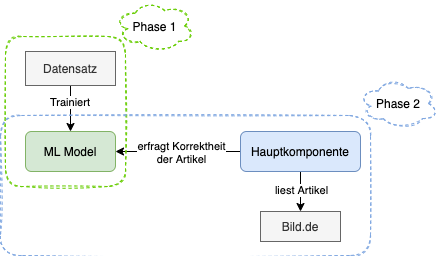
Above: Exposé/Phasenbeschreibung.png in krisschaaf/Bachelorarbeit_Erkennung-von-Fake-News-auf-Nachrichtenportalen (draw.io), before the change. Source tidied: cells renumbered, new cells last; positions are measured from the earlier drawing's top-left corner, leaving out a move shared by most shapes. Source of this version:
```xml
<mxGraphModel>
  <root>
    <mxCell id="0" />
    <mxCell id="1" parent="0" />
    <mxCell id="2" value="ML Model" style="rounded=1;whiteSpace=wrap;html=1;fillColor=#d5e8d4;strokeColor=#82b366;" parent="1" vertex="1">
      <mxGeometry x="35" y="131" width="90" height="40" as="geometry" />
    </mxCell>
    <mxCell id="3" value="Bild.de" style="rounded=0;whiteSpace=wrap;html=1;fillColor=#f5f5f5;fontColor=#333333;strokeColor=#666666;" parent="1" vertex="1">
      <mxGeometry x="270" y="211" width="80" height="30" as="geometry" />
    </mxCell>
    <mxCell id="4" style="edgeStyle=orthogonalEdgeStyle;rounded=0;jettySize=auto;html=1;exitX=0.5;exitY=1;exitDx=0;exitDy=0;entryX=0.5;entryY=0;entryDx=0;entryDy=0;" parent="1" edge="1" source="6" target="2">
      <mxGeometry relative="1" as="geometry" />
    </mxCell>
    <mxCell id="5" value="Trainiert&amp;nbsp;" style="edgeLabel;html=1;align=center;verticalAlign=middle;" parent="4" vertex="1">
      <mxGeometry x="-0.18" y="2" relative="1" as="geometry">
        <mxPoint x="-2" y="-3" as="offset" />
      </mxGeometry>
    </mxCell>
    <mxCell id="6" value="Datensatz" style="rounded=0;whiteSpace=wrap;html=1;fillColor=#f5f5f5;fontColor=#333333;strokeColor=#666666;" parent="1" vertex="1">
      <mxGeometry x="35" y="51" width="90" height="34" as="geometry" />
    </mxCell>
    <mxCell id="7" style="edgeStyle=orthogonalEdgeStyle;rounded=0;jettySize=auto;html=1;exitX=0;exitY=0.5;exitDx=0;exitDy=0;entryX=1;entryY=0.5;entryDx=0;entryDy=0;" parent="1" edge="1" source="11" target="2">
      <mxGeometry relative="1" as="geometry" />
    </mxCell>
    <mxCell id="8" value="erfragt Korrektheit&lt;br&gt;der Artikel" style="edgeLabel;html=1;align=center;verticalAlign=middle;" parent="7" vertex="1">
      <mxGeometry x="0.06" y="-1" relative="1" as="geometry">
        <mxPoint x="6" y="1" as="offset" />
      </mxGeometry>
    </mxCell>
    <mxCell id="9" style="edgeStyle=orthogonalEdgeStyle;rounded=0;jettySize=auto;html=1;exitX=0.5;exitY=1;exitDx=0;exitDy=0;entryX=0.5;entryY=0;entryDx=0;entryDy=0;" parent="1" edge="1" source="11" target="3">
      <mxGeometry relative="1" as="geometry" />
    </mxCell>
    <mxCell id="10" value="liest Artikel" style="edgeLabel;html=1;align=center;verticalAlign=middle;" parent="9" vertex="1">
      <mxGeometry x="-0.09" relative="1" as="geometry" />
    </mxCell>
    <mxCell id="11" value="Hauptkomponente" style="rounded=1;whiteSpace=wrap;html=1;fillColor=#dae8fc;strokeColor=#6c8ebf;" parent="1" vertex="1">
      <mxGeometry x="250" y="131" width="120" height="40" as="geometry" />
    </mxCell>
    <mxCell id="12" style="rounded=1;whiteSpace=wrap;html=1;rotation=90;fillColor=none;dashed=1;sketch=1;strokeColor=#66CC00;" parent="1" vertex="1">
      <mxGeometry y="51" width="150" height="120" as="geometry" />
    </mxCell>
    <mxCell id="13" style="rounded=1;whiteSpace=wrap;html=1;dashed=1;sketch=1;fillColor=none;strokeColor=#7EA6E0;" parent="1" vertex="1">
      <mxGeometry x="10" y="115" width="370" height="140" as="geometry" />
    </mxCell>
    <mxCell id="14" value="Phase 1" style="ellipse;shape=cloud;whiteSpace=wrap;html=1;dashed=1;sketch=1;strokeColor=#66CC00;fillColor=none;" parent="1" vertex="1">
      <mxGeometry x="125" width="79" height="51" as="geometry" />
    </mxCell>
    <mxCell id="15" value="Phase 2" style="ellipse;shape=cloud;whiteSpace=wrap;html=1;dashed=1;sketch=1;strokeColor=#7EA6E0;fillColor=none;" parent="1" vertex="1">
      <mxGeometry x="368" y="78" width="80" height="50" as="geometry" />
    </mxCell>
  </root>
</mxGraphModel>
```
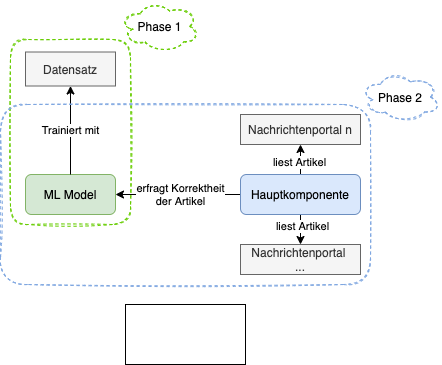
Above is the later version.

Change to the diagram source:
```diff
@@ -5,19 +5,19 @@
     <mxCell id="2" value="ML Model" style="rounded=1;whiteSpace=wrap;html=1;fillColor=#d5e8d4;strokeColor=#82b366;" parent="1" vertex="1">
       <mxGeometry x="35" y="131" width="90" height="40" as="geometry" />
     </mxCell>
-    <mxCell id="3" value="Bild.de" style="rounded=0;whiteSpace=wrap;html=1;fillColor=#f5f5f5;fontColor=#333333;strokeColor=#666666;" parent="1" vertex="1">
-      <mxGeometry x="270" y="211" width="80" height="30" as="geometry" />
+    <mxCell id="3" value="Nachrichtenportal n" style="rounded=0;whiteSpace=wrap;html=1;fillColor=#f5f5f5;fontColor=#333333;strokeColor=#666666;" parent="1" vertex="1">
+      <mxGeometry x="250" y="71" width="120" height="30" as="geometry" />
     </mxCell>
-    <mxCell id="4" style="edgeStyle=orthogonalEdgeStyle;rounded=0;jettySize=auto;html=1;exitX=0.5;exitY=1;exitDx=0;exitDy=0;entryX=0.5;entryY=0;entryDx=0;entryDy=0;" parent="1" edge="1" source="6" target="2">
+    <mxCell id="4" style="edgeStyle=orthogonalEdgeStyle;rounded=0;jettySize=auto;html=1;exitX=0.5;exitY=1;exitDx=0;exitDy=0;entryX=0.5;entryY=0;entryDx=0;entryDy=0;startArrow=classic;startFill=1;endArrow=none;endFill=0;" parent="1" edge="1" source="6" target="2">
       <mxGeometry relative="1" as="geometry" />
     </mxCell>
-    <mxCell id="5" value="Trainiert&amp;nbsp;" style="edgeLabel;html=1;align=center;verticalAlign=middle;" parent="4" vertex="1">
+    <mxCell id="5" value="Trainiert mit" style="edgeLabel;html=1;align=center;verticalAlign=middle;" parent="4" vertex="1">
       <mxGeometry x="-0.18" y="2" relative="1" as="geometry">
-        <mxPoint x="-2" y="-3" as="offset" />
+        <mxPoint x="-2" y="8" as="offset" />
       </mxGeometry>
     </mxCell>
     <mxCell id="6" value="Datensatz" style="rounded=0;whiteSpace=wrap;html=1;fillColor=#f5f5f5;fontColor=#333333;strokeColor=#666666;" parent="1" vertex="1">
-      <mxGeometry x="35" y="51" width="90" height="34" as="geometry" />
+      <mxGeometry x="35" y="8.5" width="90" height="34" as="geometry" />
     </mxCell>
     <mxCell id="7" style="edgeStyle=orthogonalEdgeStyle;rounded=0;jettySize=auto;html=1;exitX=0;exitY=0.5;exitDx=0;exitDy=0;entryX=1;entryY=0.5;entryDx=0;entryDy=0;" parent="1" edge="1" source="11" target="2">
       <mxGeometry relative="1" as="geometry" />
@@ -27,26 +27,38 @@
         <mxPoint x="6" y="1" as="offset" />
       </mxGeometry>
     </mxCell>
-    <mxCell id="9" style="edgeStyle=orthogonalEdgeStyle;rounded=0;jettySize=auto;html=1;exitX=0.5;exitY=1;exitDx=0;exitDy=0;entryX=0.5;entryY=0;entryDx=0;entryDy=0;" parent="1" edge="1" source="11" target="3">
+    <mxCell id="9" style="edgeStyle=orthogonalEdgeStyle;rounded=0;jettySize=auto;html=1;exitX=0.5;exitY=0;exitDx=0;exitDy=0;entryX=0.5;entryY=1;entryDx=0;entryDy=0;" parent="1" edge="1" source="11" target="3">
       <mxGeometry relative="1" as="geometry" />
     </mxCell>
-    <mxCell id="10" value="liest Artikel" style="edgeLabel;html=1;align=center;verticalAlign=middle;" parent="9" vertex="1">
-      <mxGeometry x="-0.09" relative="1" as="geometry" />
-    </mxCell>
+    <mxCell id="16" value="liest Artikel" style="edgeLabel;html=1;align=center;verticalAlign=middle;" parent="9" vertex="1">
+      <mxGeometry x="-0.16" y="1" relative="1" as="geometry" />
+    </mxCell>
+    <mxCell id="17" style="edgeStyle=orthogonalEdgeStyle;rounded=0;jettySize=auto;html=1;exitX=0.5;exitY=1;exitDx=0;exitDy=0;entryX=0.5;entryY=0;entryDx=0;entryDy=0;" parent="1" edge="1" source="11" target="19">
+      <mxGeometry relative="1" as="geometry" />
+    </mxCell>
+    <mxCell id="18" value="liest Artikel" style="edgeLabel;html=1;align=center;verticalAlign=middle;" parent="17" vertex="1">
+      <mxGeometry x="-0.22" y="2" relative="1" as="geometry" />
+    </mxCell>
     <mxCell id="11" value="Hauptkomponente" style="rounded=1;whiteSpace=wrap;html=1;fillColor=#dae8fc;strokeColor=#6c8ebf;" parent="1" vertex="1">
       <mxGeometry x="250" y="131" width="120" height="40" as="geometry" />
     </mxCell>
     <mxCell id="12" style="rounded=1;whiteSpace=wrap;html=1;rotation=90;fillColor=none;dashed=1;sketch=1;strokeColor=#66CC00;" parent="1" vertex="1">
-      <mxGeometry y="51" width="150" height="120" as="geometry" />
+      <mxGeometry x="-12.5" y="28.5" width="185" height="120" as="geometry" />
     </mxCell>
     <mxCell id="13" style="rounded=1;whiteSpace=wrap;html=1;dashed=1;sketch=1;fillColor=none;strokeColor=#7EA6E0;" parent="1" vertex="1">
-      <mxGeometry x="10" y="115" width="370" height="140" as="geometry" />
+      <mxGeometry x="10" y="61" width="370" height="180" as="geometry" />
     </mxCell>
     <mxCell id="14" value="Phase 1" style="ellipse;shape=cloud;whiteSpace=wrap;html=1;dashed=1;sketch=1;strokeColor=#66CC00;fillColor=none;" parent="1" vertex="1">
-      <mxGeometry x="125" width="79" height="51" as="geometry" />
+      <mxGeometry x="130" y="-42.5" width="79" height="51" as="geometry" />
     </mxCell>
     <mxCell id="15" value="Phase 2" style="ellipse;shape=cloud;whiteSpace=wrap;html=1;dashed=1;sketch=1;strokeColor=#7EA6E0;fillColor=none;" parent="1" vertex="1">
-      <mxGeometry x="368" y="78" width="80" height="50" as="geometry" />
+      <mxGeometry x="370" y="28.5" width="80" height="50" as="geometry" />
     </mxCell>
+    <mxCell id="19" value="Nachrichtenportal &lt;br&gt;..." style="rounded=0;whiteSpace=wrap;html=1;fillColor=#f5f5f5;fontColor=#333333;strokeColor=#666666;" parent="1" vertex="1">
+      <mxGeometry x="250" y="201" width="120" height="30" as="geometry" />
+    </mxCell>
+    <mxCell id="20" style="rounded=0;whiteSpace=wrap;html=1;sketch=0;" parent="1" vertex="1">
+      <mxGeometry x="135" y="261" width="120" height="60" as="geometry" />
+    </mxCell>
   </root>
 </mxGraphModel>
```
